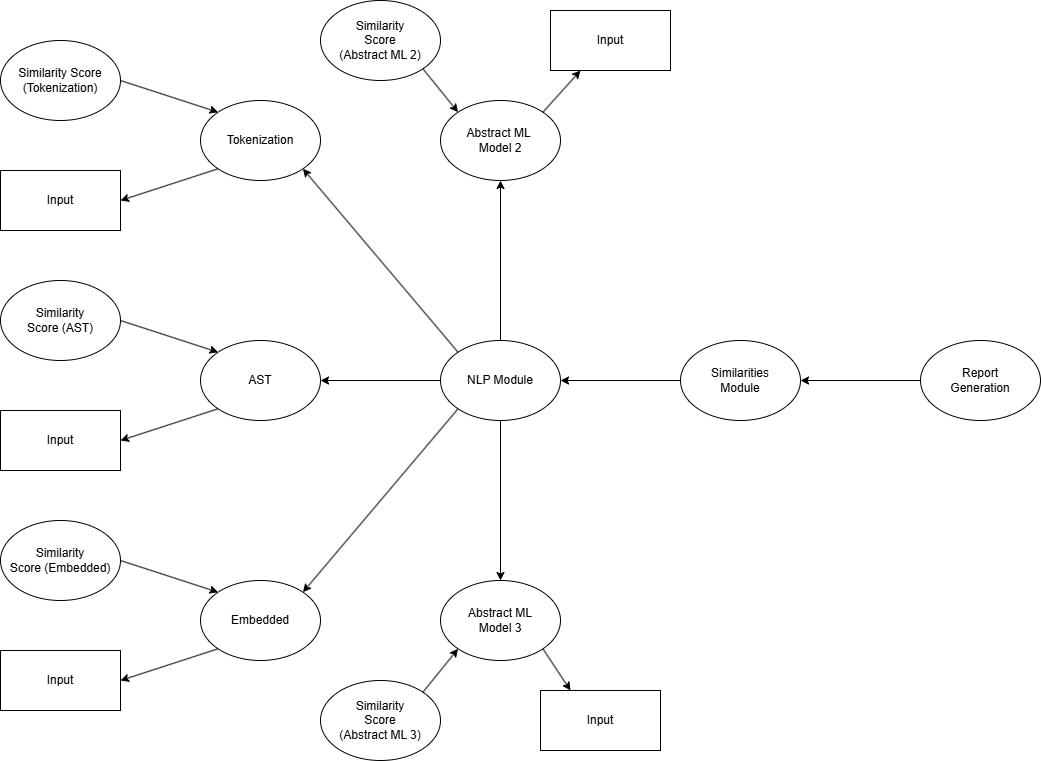
Above: docs/Design/SoftArchitecture/Assets/BackEndHierarchy.png in lilweege/capstone (draw.io), before the change. Source tidied: cells renumbered, new cells last; positions are measured from the earlier drawing's top-left corner, leaving out a move shared by most shapes.
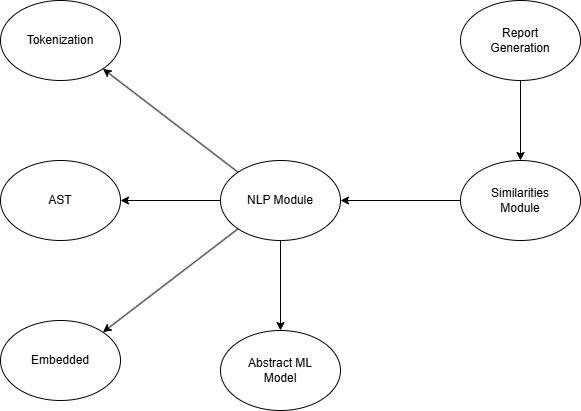
The same diagram one commit later.

The edit, as a diff of the source:
```diff
@@ -3,70 +3,31 @@
     <mxCell id="0" />
     <mxCell id="1" parent="0" />
     <mxCell id="2" value="Tokenization" style="ellipse;whiteSpace=wrap;html=1;" parent="1" vertex="1">
-      <mxGeometry x="200" y="100" width="120" height="80" as="geometry" />
+      <mxGeometry x="220" y="180" width="120" height="80" as="geometry" />
     </mxCell>
-    <mxCell id="3" value="Similarity&amp;nbsp;&lt;span style=&quot;background-color: initial;&quot;&gt;Score&lt;/span&gt;&lt;div&gt;&lt;span style=&quot;background-color: initial;&quot;&gt;(Tokenization)&lt;/span&gt;&lt;/div&gt;" style="ellipse;whiteSpace=wrap;html=1;" parent="1" vertex="1">
-      <mxGeometry y="40" width="120" height="80" as="geometry" />
-    </mxCell>
-    <mxCell id="4" value="Input" style="rounded=0;whiteSpace=wrap;html=1;" parent="1" vertex="1">
-      <mxGeometry y="170" width="120" height="60" as="geometry" />
-    </mxCell>
-    <mxCell id="5" style="endArrow=classic;html=1;rounded=0;entryX=1;entryY=0.5;entryDx=0;entryDy=0;exitX=0;exitY=1;exitDx=0;exitDy=0;" parent="1" edge="1" source="2" target="4">
-      <mxGeometry relative="1" as="geometry" />
-    </mxCell>
     <mxCell id="6" value="AST" style="ellipse;whiteSpace=wrap;html=1;" parent="1" vertex="1">
-      <mxGeometry x="200" y="340" width="120" height="80" as="geometry" />
+      <mxGeometry x="220" y="340" width="120" height="80" as="geometry" />
     </mxCell>
-    <mxCell id="7" value="Similarity&lt;div&gt;Score (AST)&lt;/div&gt;" style="ellipse;whiteSpace=wrap;html=1;" parent="1" vertex="1">
-      <mxGeometry y="280" width="120" height="80" as="geometry" />
-    </mxCell>
-    <mxCell id="8" value="Input" style="rounded=0;whiteSpace=wrap;html=1;" parent="1" vertex="1">
-      <mxGeometry y="410" width="120" height="60" as="geometry" />
-    </mxCell>
-    <mxCell id="9" style="endArrow=classic;html=1;rounded=0;entryX=1;entryY=0.5;entryDx=0;entryDy=0;exitX=0;exitY=1;exitDx=0;exitDy=0;" parent="1" edge="1" source="6" target="8">
-      <mxGeometry relative="1" as="geometry" />
-    </mxCell>
     <mxCell id="10" value="NLP Module" style="ellipse;whiteSpace=wrap;html=1;" parent="1" vertex="1">
       <mxGeometry x="440" y="340" width="120" height="80" as="geometry" />
     </mxCell>
     <mxCell id="11" value="Embedded" style="ellipse;whiteSpace=wrap;html=1;" parent="1" vertex="1">
-      <mxGeometry x="200" y="580" width="120" height="80" as="geometry" />
+      <mxGeometry x="220" y="500" width="120" height="80" as="geometry" />
     </mxCell>
-    <mxCell id="12" value="Similarity&lt;div&gt;Score (Embedded)&lt;/div&gt;" style="ellipse;whiteSpace=wrap;html=1;" parent="1" vertex="1">
-      <mxGeometry y="520" width="120" height="80" as="geometry" />
-    </mxCell>
-    <mxCell id="13" value="Input" style="rounded=0;whiteSpace=wrap;html=1;" parent="1" vertex="1">
-      <mxGeometry y="650" width="120" height="60" as="geometry" />
-    </mxCell>
-    <mxCell id="14" style="endArrow=classic;html=1;rounded=0;entryX=1;entryY=0.5;entryDx=0;entryDy=0;exitX=0;exitY=1;exitDx=0;exitDy=0;" parent="1" edge="1" source="11" target="13">
-      <mxGeometry relative="1" as="geometry" />
-    </mxCell>
     <mxCell id="15" style="endArrow=classic;html=1;rounded=0;exitX=0;exitY=0.5;exitDx=0;exitDy=0;entryX=1;entryY=0.5;entryDx=0;entryDy=0;" parent="1" edge="1" source="10" target="6">
       <mxGeometry relative="1" as="geometry" />
     </mxCell>
-    <mxCell id="16" style="endArrow=classic;html=1;rounded=0;exitX=0;exitY=0;exitDx=0;exitDy=0;entryX=1;entryY=1;entryDx=0;entryDy=0;" parent="1" edge="1" source="10" target="2">
-      <mxGeometry relative="1" as="geometry" />
-    </mxCell>
     <mxCell id="17" style="endArrow=classic;html=1;rounded=0;exitX=0;exitY=1;exitDx=0;exitDy=0;entryX=1;entryY=0;entryDx=0;entryDy=0;" parent="1" edge="1" source="10" target="11">
       <mxGeometry relative="1" as="geometry" />
     </mxCell>
-    <mxCell id="18" value="Abstract ML&amp;nbsp;&lt;div&gt;&lt;span style=&quot;background-color: initial;&quot;&gt;Model 2&lt;/span&gt;&lt;/div&gt;" style="ellipse;whiteSpace=wrap;html=1;" parent="1" vertex="1">
-      <mxGeometry x="440" y="100" width="120" height="80" as="geometry" />
-    </mxCell>
-    <mxCell id="19" value="Abstract ML&lt;div&gt;Model 3&lt;/div&gt;" style="ellipse;whiteSpace=wrap;html=1;" parent="1" vertex="1">
-      <mxGeometry x="440" y="580" width="120" height="80" as="geometry" />
+    <mxCell id="19" value="Abstract ML&lt;div&gt;Model&lt;/div&gt;" style="ellipse;whiteSpace=wrap;html=1;" parent="1" vertex="1">
+      <mxGeometry x="440" y="510" width="120" height="80" as="geometry" />
     </mxCell>
-    <mxCell id="20" style="endArrow=classic;html=1;rounded=0;exitX=0.5;exitY=0;exitDx=0;exitDy=0;entryX=0.5;entryY=1;entryDx=0;entryDy=0;" parent="1" edge="1" source="10" target="18">
-      <mxGeometry relative="1" as="geometry" />
-    </mxCell>
     <mxCell id="21" style="endArrow=classic;html=1;rounded=0;exitX=0.5;exitY=1;exitDx=0;exitDy=0;entryX=0.5;entryY=0;entryDx=0;entryDy=0;" parent="1" edge="1" source="10" target="19">
       <mxGeometry relative="1" as="geometry" />
     </mxCell>
-    <mxCell id="22" style="edgeStyle=orthogonalEdgeStyle;rounded=0;jettySize=auto;html=1;entryX=1;entryY=0.5;entryDx=0;entryDy=0;" parent="1" edge="1" source="23" target="25">
-      <mxGeometry relative="1" as="geometry" />
-    </mxCell>
     <mxCell id="23" value="Report&lt;div&gt;Generation&lt;/div&gt;" style="ellipse;whiteSpace=wrap;html=1;" parent="1" vertex="1">
-      <mxGeometry x="920" y="340" width="120" height="80" as="geometry" />
+      <mxGeometry x="680" y="180" width="120" height="80" as="geometry" />
     </mxCell>
     <mxCell id="24" style="edgeStyle=orthogonalEdgeStyle;rounded=0;jettySize=auto;html=1;entryX=1;entryY=0.5;entryDx=0;entryDy=0;" parent="1" edge="1" source="25" target="10">
       <mxGeometry relative="1" as="geometry" />
@@ -74,38 +35,11 @@
     <mxCell id="25" value="Similarities&lt;div&gt;Module&lt;/div&gt;" style="ellipse;whiteSpace=wrap;html=1;" parent="1" vertex="1">
       <mxGeometry x="680" y="340" width="120" height="80" as="geometry" />
     </mxCell>
-    <mxCell id="26" value="Similarity&lt;div&gt;Score&lt;/div&gt;&lt;div&gt;(Abstract ML 3)&lt;/div&gt;" style="ellipse;whiteSpace=wrap;html=1;" parent="1" vertex="1">
-      <mxGeometry x="320" y="680" width="120" height="80" as="geometry" />
-    </mxCell>
-    <mxCell id="27" value="Input" style="rounded=0;whiteSpace=wrap;html=1;" parent="1" vertex="1">
-      <mxGeometry x="540" y="690" width="120" height="60" as="geometry" />
-    </mxCell>
-    <mxCell id="28" style="endArrow=classic;html=1;rounded=0;exitX=1;exitY=1;exitDx=0;exitDy=0;entryX=0.25;entryY=0;entryDx=0;entryDy=0;" parent="1" edge="1" source="19" target="27">
-      <mxGeometry relative="1" as="geometry" />
-    </mxCell>
-    <mxCell id="29" value="Similarity&lt;div&gt;Score&lt;/div&gt;&lt;div&gt;(Abstract ML 2)&lt;/div&gt;" style="ellipse;whiteSpace=wrap;html=1;" parent="1" vertex="1">
-      <mxGeometry x="320" width="120" height="80" as="geometry" />
-    </mxCell>
-    <mxCell id="30" value="Input" style="rounded=0;whiteSpace=wrap;html=1;" parent="1" vertex="1">
-      <mxGeometry x="550" y="10" width="120" height="60" as="geometry" />
-    </mxCell>
-    <mxCell id="31" style="endArrow=classic;html=1;rounded=0;exitX=1;exitY=0;exitDx=0;exitDy=0;entryX=0.25;entryY=1;entryDx=0;entryDy=0;" parent="1" edge="1" source="18" target="30">
-      <mxGeometry relative="1" as="geometry" />
-    </mxCell>
-    <mxCell id="32" style="endArrow=classic;html=1;rounded=0;exitX=1;exitY=0.5;exitDx=0;exitDy=0;entryX=0;entryY=0;entryDx=0;entryDy=0;" parent="1" edge="1" source="3" target="2">
-      <mxGeometry relative="1" as="geometry" />
-    </mxCell>
-    <mxCell id="33" style="endArrow=classic;html=1;rounded=0;exitX=1;exitY=0.5;exitDx=0;exitDy=0;entryX=0;entryY=0;entryDx=0;entryDy=0;" parent="1" edge="1" source="7" target="6">
-      <mxGeometry relative="1" as="geometry" />
-    </mxCell>
-    <mxCell id="34" style="endArrow=classic;html=1;rounded=0;exitX=1;exitY=0.5;exitDx=0;exitDy=0;entryX=0;entryY=0;entryDx=0;entryDy=0;" parent="1" edge="1" source="12" target="11">
-      <mxGeometry relative="1" as="geometry" />
-    </mxCell>
-    <mxCell id="35" style="endArrow=classic;html=1;rounded=0;exitX=1;exitY=1;exitDx=0;exitDy=0;entryX=0;entryY=0;entryDx=0;entryDy=0;" parent="1" edge="1" source="29" target="18">
-      <mxGeometry relative="1" as="geometry" />
-    </mxCell>
-    <mxCell id="36" style="endArrow=classic;html=1;rounded=0;exitX=1;exitY=0;exitDx=0;exitDy=0;entryX=0;entryY=1;entryDx=0;entryDy=0;" parent="1" edge="1" source="26" target="19">
-      <mxGeometry relative="1" as="geometry" />
-    </mxCell>
+    <mxCell id="16" style="endArrow=classic;html=1;rounded=0;entryX=1;entryY=1;entryDx=0;entryDy=0;exitX=0;exitY=0;exitDx=0;exitDy=0;" parent="1" edge="1" source="10" target="2">
+      <mxGeometry relative="1" as="geometry" />
+    </mxCell>
+    <mxCell id="22" style="endArrow=classic;html=1;rounded=0;exitX=0.5;exitY=1;exitDx=0;exitDy=0;entryX=0.5;entryY=0;entryDx=0;entryDy=0;" parent="1" edge="1" source="23" target="25">
+      <mxGeometry relative="1" as="geometry" />
+    </mxCell>
   </root>
 </mxGraphModel>
```
